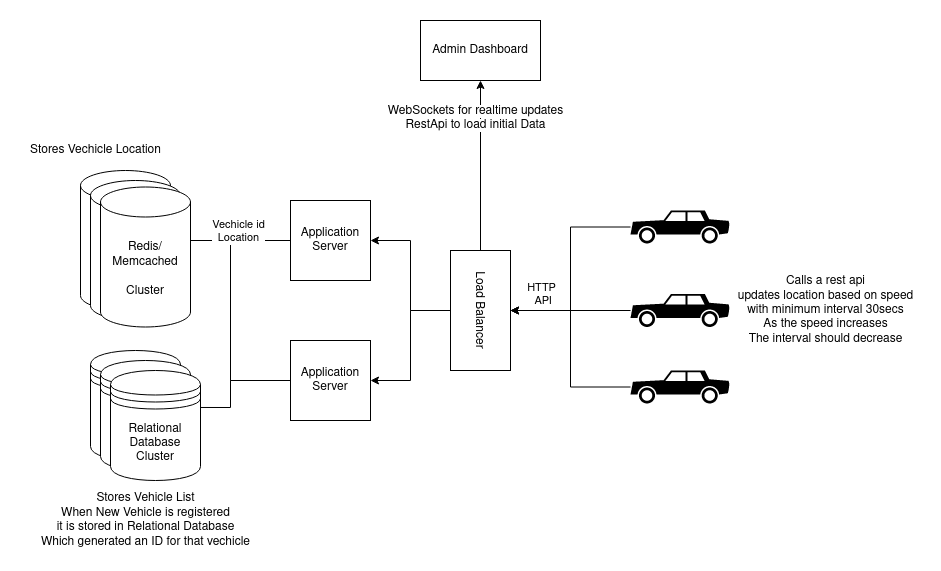
This is Production Architecture.png from with-shrey/VechicleArchitecture, a draw.io export, as it was before one commit. Source tidied: cells renumbered, new cells last; positions are measured from the earlier drawing's top-left corner, leaving out a move shared by most shapes.
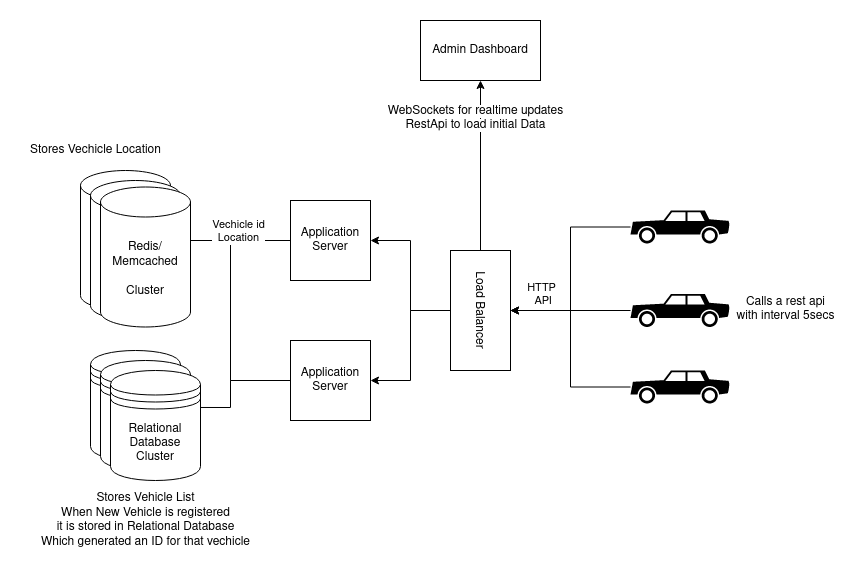
Above is the later version.

Change to the diagram source:
```diff
@@ -86,8 +86,8 @@
     <mxCell id="26" value="Stores Vechicle Location" style="text;html=1;align=center;verticalAlign=middle;" parent="1" vertex="1">
       <mxGeometry y="120" width="150" height="20" as="geometry" />
     </mxCell>
-    <mxCell id="27" value="Calls a rest api &lt;br&gt;updates location based on speed&lt;br&gt;with minimum interval 30secs&lt;br&gt;As the speed increases &lt;br&gt;The interval should decrease" style="text;html=1;align=center;verticalAlign=middle;" parent="1" vertex="1">
-      <mxGeometry x="710" y="250" width="190" height="80" as="geometry" />
+    <mxCell id="27" value="Calls a rest api &lt;br&gt;with interval 5secs" style="text;html=1;align=center;verticalAlign=middle;" parent="1" vertex="1">
+      <mxGeometry x="710" y="273.5" width="110" height="30" as="geometry" />
     </mxCell>
     <mxCell id="28" value="Admin Dashboard" style="rounded=0;whiteSpace=wrap;html=1;" parent="1" vertex="1">
       <mxGeometry x="400" width="120" height="60" as="geometry" />
```
